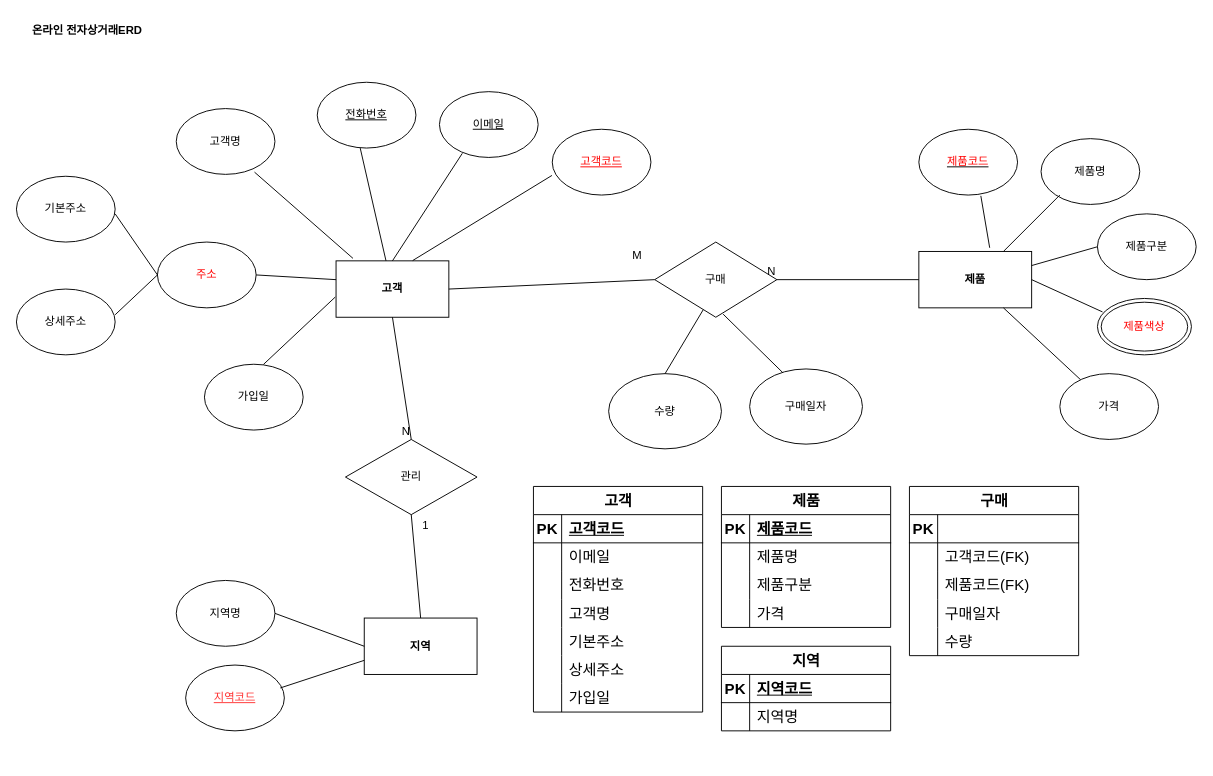
Before: product.drawio in wandongk/databig, a draw.io diagram. Source tidied: cells renumbered, new cells numbered last; positions are measured from the earlier drawing's top-left corner, leaving out a move shared by most shapes. Both pictures are drawn from the tidied source at 94%, with x=0, y=0 at pixel (16, 16).
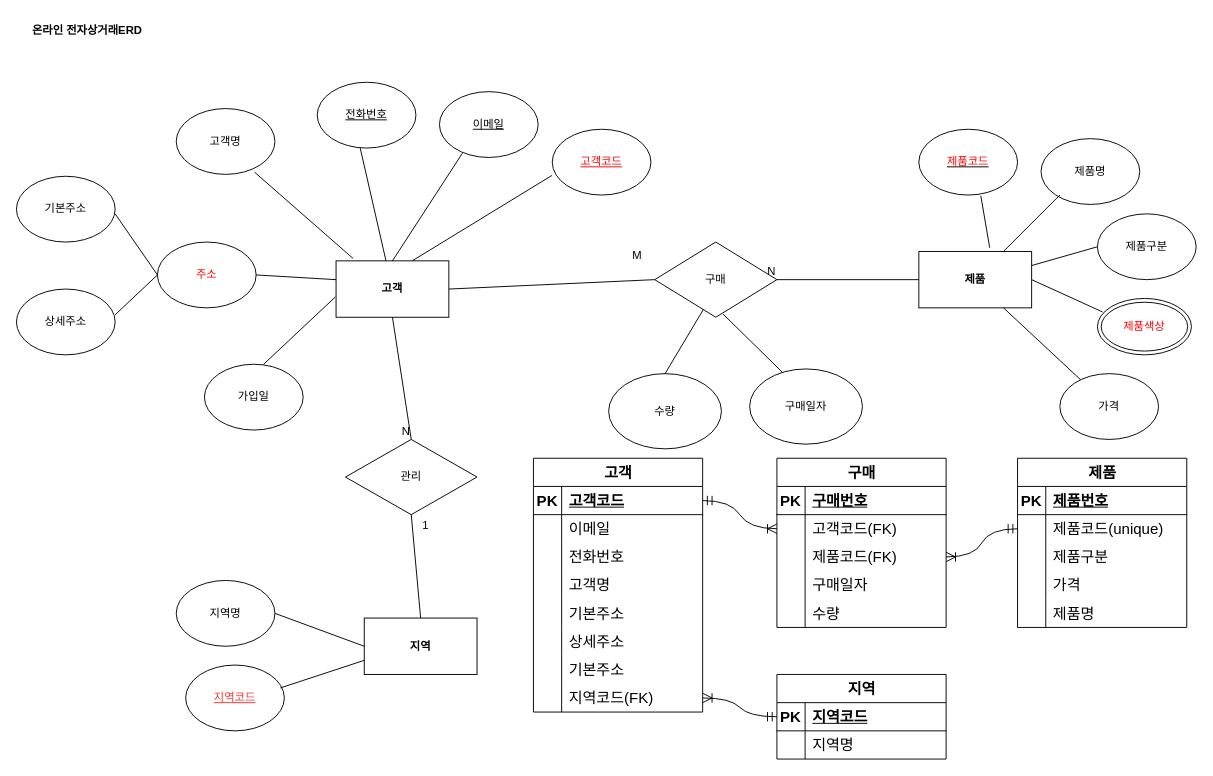
After the change.

Unchanged cells that the change refers to:
```xml
<mxCell id="51" style="shape=tableRow;horizontal=0;startSize=0;swimlaneHead=0;swimlaneBody=0;fillColor=none;points=[[0,0.5],[1,0.5]];portConstraint=eastwest;top=0;left=0;right=0;bottom=1;fontSize=16;" parent="50" vertex="1">
  <mxGeometry y="30" width="180" height="30" as="geometry" />
</mxCell>
<mxCell id="69" style="shape=tableRow;horizontal=0;startSize=0;swimlaneHead=0;swimlaneBody=0;fillColor=none;top=0;left=0;right=0;bottom=0;fontSize=16;" parent="50" vertex="1">
  <mxGeometry y="210" width="180" height="30" as="geometry" />
</mxCell>
<mxCell id="73" style="shape=tableRow;horizontal=0;startSize=0;swimlaneHead=0;swimlaneBody=0;fillColor=none;top=0;left=0;right=0;bottom=1;fontSize=16;" parent="72" vertex="1">
  <mxGeometry y="30" width="180" height="30" as="geometry" />
</mxCell>
<mxCell id="76" style="shape=tableRow;horizontal=0;startSize=0;swimlaneHead=0;swimlaneBody=0;fillColor=none;points=[[0,0.5],[1,0.5]];portConstraint=eastwest;top=0;left=0;right=0;bottom=0;fontSize=16;" parent="72" vertex="1">
  <mxGeometry y="60" width="180" height="30" as="geometry" />
</mxCell>
<mxCell id="86" style="shape=tableRow;horizontal=0;startSize=0;swimlaneHead=0;swimlaneBody=0;fillColor=none;points=[[0,0.5],[1,0.5]];portConstraint=eastwest;top=0;left=0;right=0;bottom=1;fontSize=16;" parent="85" vertex="1">
  <mxGeometry y="30" width="180" height="30" as="geometry" />
</mxCell>
<mxCell id="93" style="shape=tableRow;horizontal=0;startSize=0;swimlaneHead=0;swimlaneBody=0;fillColor=none;top=0;left=0;right=0;bottom=1;fontSize=16;" parent="92" vertex="1">
  <mxGeometry y="30" width="180" height="30" as="geometry" />
</mxCell>
<mxCell id="96" style="shape=tableRow;horizontal=0;startSize=0;swimlaneHead=0;swimlaneBody=0;fillColor=none;points=[[0,0.5],[1,0.5]];portConstraint=eastwest;top=0;left=0;right=0;bottom=0;fontSize=16;" parent="92" vertex="1">
  <mxGeometry y="60" width="180" height="30" as="geometry" />
</mxCell>
<mxCell id="99" style="shape=tableRow;horizontal=0;startSize=0;swimlaneHead=0;swimlaneBody=0;fillColor=none;points=[[0,0.5],[1,0.5]];portConstraint=eastwest;top=0;left=0;right=0;bottom=0;fontSize=16;" parent="92" vertex="1">
  <mxGeometry y="90" width="180" height="30" as="geometry" />
</mxCell>
```

What changed in the source:
```diff
@@
     <mxCell id="50" value="고객" style="shape=table;startSize=30;childLayout=tableLayout;rowLines=0;fontStyle=1;align=center;html=1;fontSize=16;" parent="1" vertex="1">
-      <mxGeometry x="550" y="500" width="180" height="240" as="geometry" />
+      <mxGeometry x="550" y="470" width="180" height="270" as="geometry" />
     </mxCell>
@@
-    <mxCell id="71" value="가입일" style="shape=partialRectangle;fillColor=none;top=0;left=0;bottom=0;right=0;align=left;spacingLeft=6;overflow=hidden;whiteSpace=wrap;html=1;fontSize=16;" parent="69" vertex="1">
+    <mxCell id="71" value="기본주소" style="shape=partialRectangle;fillColor=none;top=0;left=0;bottom=0;right=0;align=left;spacingLeft=6;overflow=hidden;whiteSpace=wrap;html=1;fontSize=16;" parent="69" vertex="1">
       <mxGeometry x="30" width="150" height="30" as="geometry" />
     </mxCell>
+    <mxCell id="108" style="shape=tableRow;horizontal=0;startSize=0;swimlaneHead=0;swimlaneBody=0;fillColor=none;points=[[0,0.5],[1,0.5]];portConstraint=eastwest;top=0;left=0;right=0;bottom=0;fontSize=16;" parent="50" vertex="1">
+      <mxGeometry y="240" width="180" height="30" as="geometry" />
+    </mxCell>
+    <mxCell id="109" style="shape=partialRectangle;fillColor=none;top=0;left=0;bottom=0;right=0;overflow=hidden;whiteSpace=wrap;html=1;fontSize=16;" parent="108" vertex="1">
+      <mxGeometry width="30" height="30" as="geometry" />
+    </mxCell>
+    <mxCell id="110" value="지역코드(FK)" style="shape=partialRectangle;fillColor=none;top=0;left=0;bottom=0;right=0;align=left;spacingLeft=6;overflow=hidden;whiteSpace=wrap;html=1;fontSize=16;" parent="108" vertex="1">
+      <mxGeometry x="30" width="150" height="30" as="geometry" />
+    </mxCell>
     <mxCell id="72" value="제품" style="shape=table;startSize=30;childLayout=tableLayout;rowLines=0;fontStyle=1;align=center;html=1;fontSize=16;" parent="1" vertex="1">
-      <mxGeometry x="750" y="500" width="180" height="150" as="geometry" />
+      <mxGeometry x="1065" y="470" width="180" height="180" as="geometry" />
     </mxCell>
@@
-    <mxCell id="75" value="제품코드" style="shape=partialRectangle;fillColor=none;top=0;left=0;bottom=0;right=0;align=left;spacingLeft=6;fontStyle=5;overflow=hidden;whiteSpace=wrap;html=1;fontSize=16;" parent="73" vertex="1">
+    <mxCell id="75" value="제품번호" style="shape=partialRectangle;fillColor=none;top=0;left=0;bottom=0;right=0;align=left;spacingLeft=6;fontStyle=5;overflow=hidden;whiteSpace=wrap;html=1;fontSize=16;" parent="73" vertex="1">
       <mxGeometry x="30" width="150" height="30" as="geometry" />
     </mxCell>
@@
-    <mxCell id="78" value="제품명" style="shape=partialRectangle;fillColor=none;top=0;left=0;bottom=0;right=0;align=left;spacingLeft=6;overflow=hidden;whiteSpace=wrap;html=1;fontSize=16;" parent="76" vertex="1">
+    <mxCell id="78" value="제품코드(unique)" style="shape=partialRectangle;fillColor=none;top=0;left=0;bottom=0;right=0;align=left;spacingLeft=6;overflow=hidden;whiteSpace=wrap;html=1;fontSize=16;" parent="76" vertex="1">
       <mxGeometry x="30" width="150" height="30" as="geometry" />
     </mxCell>
@@
+    <mxCell id="111" style="shape=tableRow;horizontal=0;startSize=0;swimlaneHead=0;swimlaneBody=0;fillColor=none;top=0;left=0;right=0;bottom=0;fontSize=16;" parent="72" vertex="1">
+      <mxGeometry y="150" width="180" height="30" as="geometry" />
+    </mxCell>
+    <mxCell id="112" style="shape=partialRectangle;fillColor=none;top=0;left=0;bottom=0;right=0;overflow=hidden;whiteSpace=wrap;html=1;fontSize=16;" parent="111" vertex="1">
+      <mxGeometry width="30" height="30" as="geometry" />
+    </mxCell>
+    <mxCell id="113" value="제품명" style="shape=partialRectangle;fillColor=none;top=0;left=0;bottom=0;right=0;align=left;spacingLeft=6;overflow=hidden;whiteSpace=wrap;html=1;fontSize=16;" parent="111" vertex="1">
+      <mxGeometry x="30" width="150" height="30" as="geometry" />
+    </mxCell>
     <mxCell id="85" value="지역" style="shape=table;startSize=30;childLayout=tableLayout;rowLines=0;fontStyle=1;align=center;html=1;fontSize=16;" parent="1" vertex="1">
-      <mxGeometry x="750" y="670" width="180" height="90" as="geometry" />
+      <mxGeometry x="809" y="700" width="180" height="90" as="geometry" />
     </mxCell>
@@
     <mxCell id="92" value="구매" style="shape=table;startSize=30;childLayout=tableLayout;rowLines=0;fontStyle=1;align=center;html=1;fontSize=16;" parent="1" vertex="1">
-      <mxGeometry x="950" y="500" width="180" height="180" as="geometry" />
+      <mxGeometry x="809" y="470" width="180" height="180" as="geometry" />
     </mxCell>
@@
-    <mxCell id="95" style="shape=partialRectangle;fillColor=none;top=0;left=0;bottom=0;right=0;align=left;spacingLeft=6;fontStyle=5;overflow=hidden;whiteSpace=wrap;html=1;fontSize=16;" parent="93" vertex="1">
+    <mxCell id="95" value="구매번호" style="shape=partialRectangle;fillColor=none;top=0;left=0;bottom=0;right=0;align=left;spacingLeft=6;fontStyle=5;overflow=hidden;whiteSpace=wrap;html=1;fontSize=16;" parent="93" vertex="1">
       <mxGeometry x="30" width="150" height="30" as="geometry" />
     </mxCell>
@@
+    <mxCell id="114" style="edgeStyle=entityRelationEdgeStyle;fontSize=12;html=1;endArrow=ERoneToMany;startArrow=ERmandOne;rounded=0;startSize=8;endSize=8;curved=1;exitX=1;exitY=0.5;exitDx=0;exitDy=0;entryX=0;entryY=0.5;entryDx=0;entryDy=0;" parent="1" edge="1" source="51" target="96">
+      <mxGeometry relative="1" as="geometry">
+        <Array as="points">
+          <mxPoint x="770" y="510" />
+        </Array>
+      </mxGeometry>
+    </mxCell>
+    <mxCell id="115" style="edgeStyle=entityRelationEdgeStyle;fontSize=12;html=1;endArrow=ERoneToMany;startArrow=ERmandOne;rounded=0;startSize=8;endSize=8;curved=1;exitX=0;exitY=0.5;exitDx=0;exitDy=0;entryX=1;entryY=0.5;entryDx=0;entryDy=0;" parent="1" edge="1" source="86" target="108">
+      <mxGeometry relative="1" as="geometry" />
+    </mxCell>
+    <mxCell id="116" style="edgeStyle=entityRelationEdgeStyle;fontSize=12;html=1;endArrow=ERoneToMany;startArrow=ERmandOne;rounded=0;startSize=8;endSize=8;curved=1;entryX=1;entryY=0.5;entryDx=0;entryDy=0;exitX=0;exitY=0.5;exitDx=0;exitDy=0;" parent="1" edge="1" source="76" target="99">
+      <mxGeometry relative="1" as="geometry">
+        <Array as="points">
+          <mxPoint x="1011" y="525" />
+          <mxPoint x="1000" y="570" />
+        </Array>
+      </mxGeometry>
+    </mxCell>
+    <mxCell id="117" style="edgeStyle=none;curved=1;rounded=0;orthogonalLoop=1;jettySize=auto;html=1;exitX=0.75;exitY=0;exitDx=0;exitDy=0;fontSize=12;startSize=8;endSize=8;" parent="1" edge="1" source="72" target="72">
+      <mxGeometry relative="1" as="geometry" />
+    </mxCell>
```
